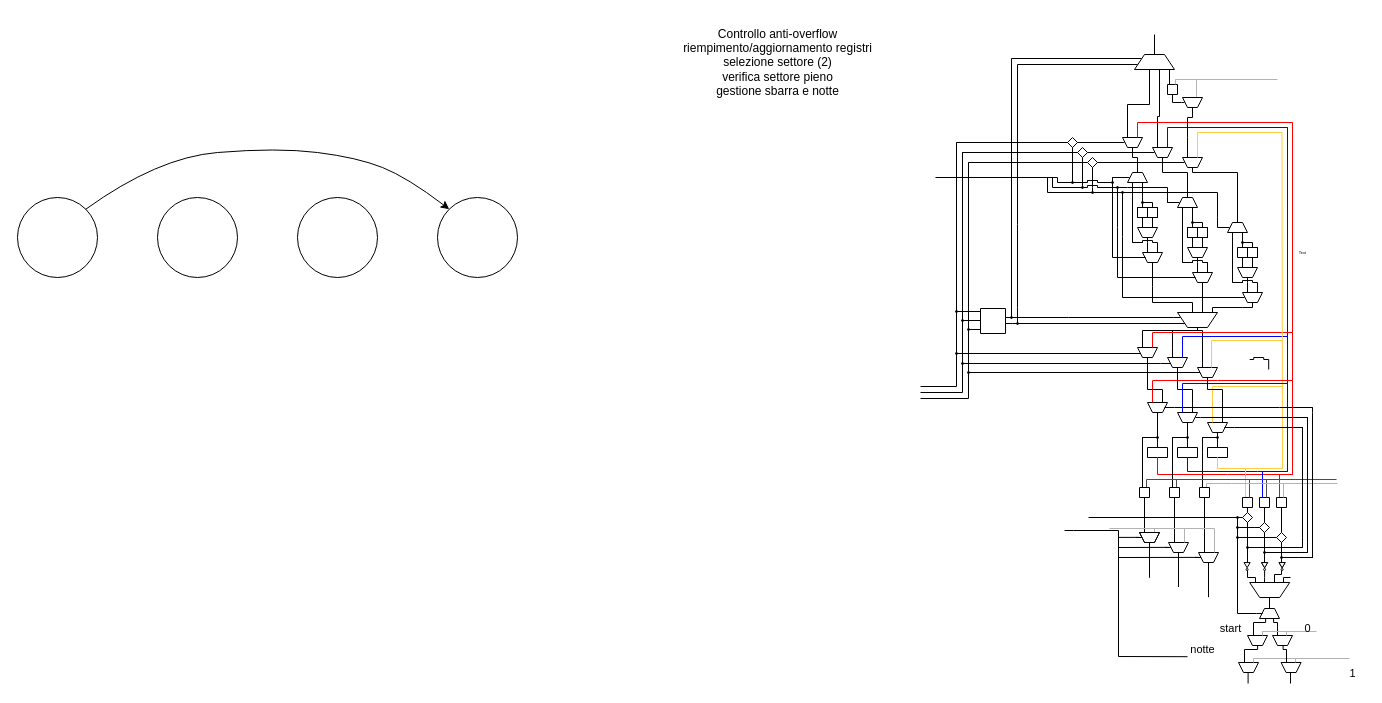
serpico3/ElaborstoSis keeps this draw.io diagram as page "nnnnnnnn" (4 of 4) of SIS.drawio. Above is the earlier version. Source tidied: cells renumbered, new cells numbered last; positions are measured from the earlier drawing's top-left corner, leaving out a move shared by most shapes. Both pictures are drawn from the tidied source at 100%, with x=0, y=0 at pixel (17, 17).
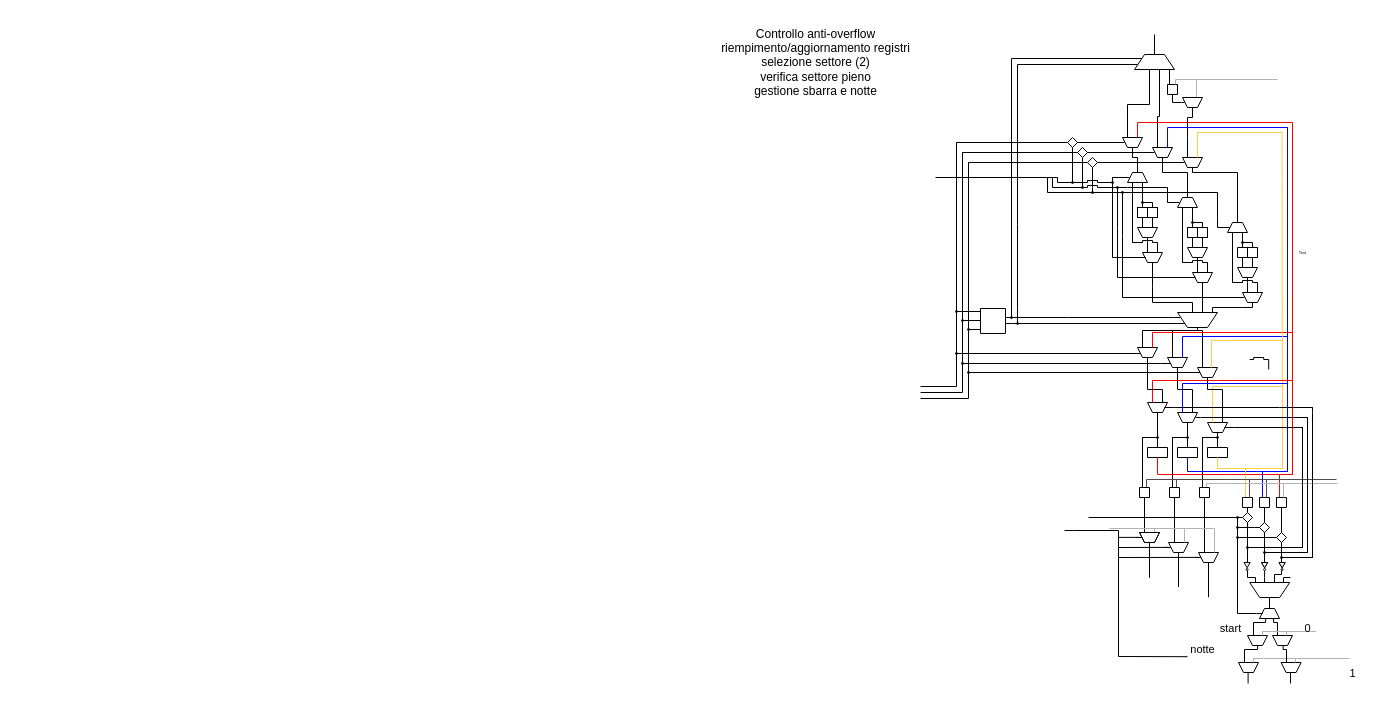
After the change.

The edit, as a diff of the source:
```diff
@@
     <mxCell id="9" value="Controllo anti-overflow&lt;br&gt;riempimento/aggiornamento registri&lt;br&gt;selezione settore (2)&lt;br&gt;verifica settore pieno&lt;br&gt;gestione sbarra e notte" style="text;html=1;align=center;verticalAlign=middle;strokeColor=none;fillColor=none;" parent="1" vertex="1">
-      <mxGeometry x="655" width="210" height="90" as="geometry" />
+      <mxGeometry x="693" width="210" height="90" as="geometry" />
     </mxCell>
-    <mxCell id="10" style="ellipse;whiteSpace=wrap;html=1;" parent="1" vertex="1">
-      <mxGeometry y="180" width="80" height="80" as="geometry" />
-    </mxCell>
-    <mxCell id="11" style="ellipse;whiteSpace=wrap;html=1;" parent="1" vertex="1">
-      <mxGeometry x="420" y="180" width="80" height="80" as="geometry" />
-    </mxCell>
-    <mxCell id="12" style="ellipse;whiteSpace=wrap;html=1;" parent="1" vertex="1">
-      <mxGeometry x="280" y="180" width="80" height="80" as="geometry" />
-    </mxCell>
-    <mxCell id="13" style="ellipse;whiteSpace=wrap;html=1;" parent="1" vertex="1">
-      <mxGeometry x="140" y="180" width="80" height="80" as="geometry" />
-    </mxCell>
-    <mxCell id="14" style="curved=1;endArrow=classic;html=1;rounded=0;exitX=1;exitY=0;exitDx=0;exitDy=0;entryX=0;entryY=0;entryDx=0;entryDy=0;" parent="1" edge="1" source="10" target="11">
-      <mxGeometry relative="1" as="geometry">
-        <Array as="points">
-          <mxPoint x="140" y="140" />
-          <mxPoint x="260" y="130" />
-          <mxPoint x="340" y="140" />
-          <mxPoint x="390" y="160" />
-        </Array>
-      </mxGeometry>
-    </mxCell>
```
